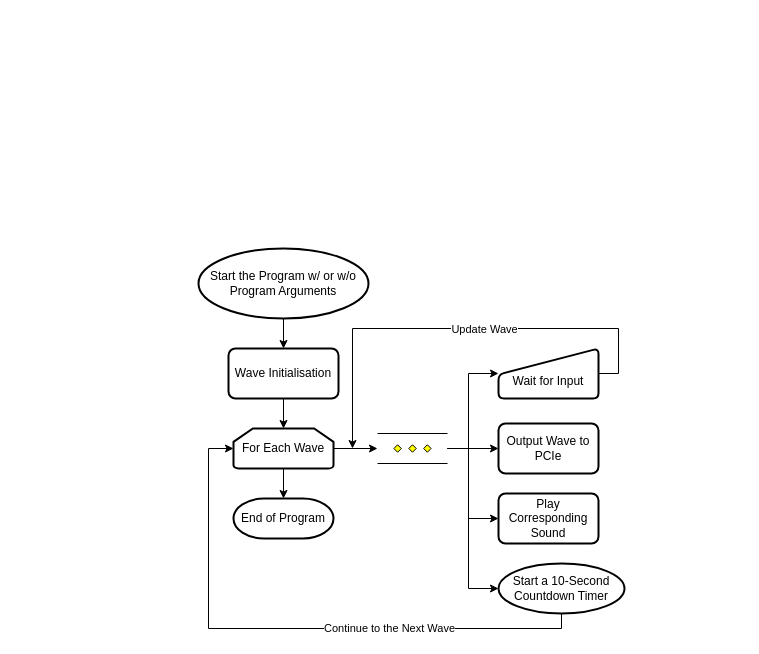
Earlier version of the draw.io diagram ca2/flowcharts/Main Structure.drawio (JinZihang/NTU-MA4830-RealtimeSoftwareForMechatronicSystems). Source tidied: cells renumbered, new cells numbered last; positions are measured from the earlier drawing's top-left corner, leaving out a move shared by most shapes. Both pictures are drawn from the tidied source at 100%, with x=0, y=0 at pixel (198, 248).
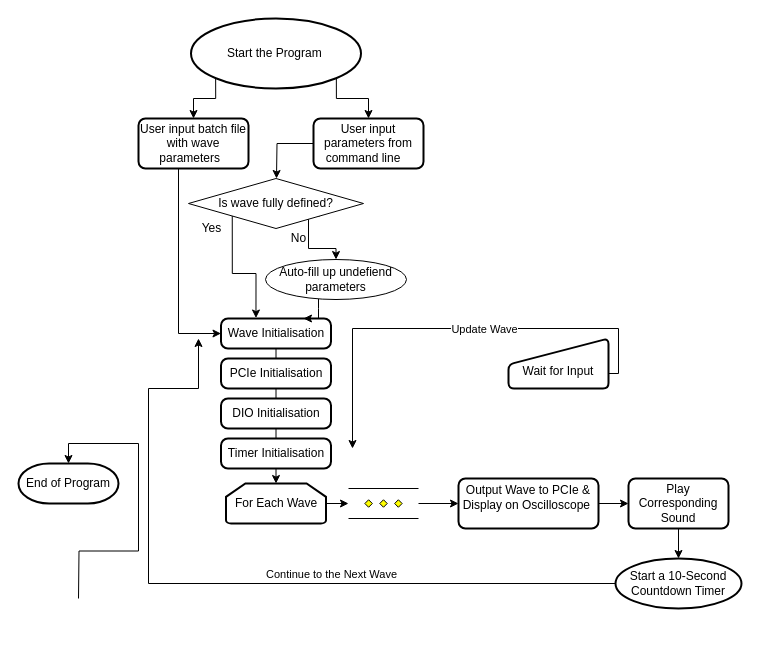
The same diagram, later.

The edit, as a diff of the source:
```diff
@@
-    <mxCell id="2" style="edgeStyle=orthogonalEdgeStyle;rounded=0;jettySize=auto;html=1;exitX=0.5;exitY=1;exitDx=0;exitDy=0;exitPerimeter=0;entryX=0.5;entryY=0;entryDx=0;entryDy=0;" parent="1" edge="1" source="3" target="5">
-      <mxGeometry relative="1" as="geometry" />
-    </mxCell>
+    <mxCell id="23" style="edgeStyle=orthogonalEdgeStyle;rounded=0;jettySize=auto;html=1;exitX=0.855;exitY=0.855;exitDx=0;exitDy=0;exitPerimeter=0;" parent="1" edge="1" source="3" target="28">
+      <mxGeometry relative="1" as="geometry">
+        <Array as="points">
+          <mxPoint x="138" y="-150" />
+          <mxPoint x="170" y="-150" />
+        </Array>
+      </mxGeometry>
+    </mxCell>
+    <mxCell id="24" style="edgeStyle=orthogonalEdgeStyle;rounded=0;jettySize=auto;html=1;exitX=0.145;exitY=0.855;exitDx=0;exitDy=0;exitPerimeter=0;entryX=0.5;entryY=0;entryDx=0;entryDy=0;" parent="1" edge="1" source="3" target="42">
+      <mxGeometry relative="1" as="geometry">
+        <Array as="points">
+          <mxPoint x="17" y="-150" />
+          <mxPoint x="-5" y="-150" />
+        </Array>
+      </mxGeometry>
+    </mxCell>
-    <mxCell id="3" value="Start the Program w/ or w/o Program Arguments" style="strokeWidth=2;html=1;shape=mxgraph.flowchart.start_1;whiteSpace=wrap;" parent="1" vertex="1">
-      <mxGeometry width="170" height="70" as="geometry" />
+    <mxCell id="3" value="Start the Program&amp;nbsp;" style="strokeWidth=2;html=1;shape=mxgraph.flowchart.start_1;whiteSpace=wrap;" parent="1" vertex="1">
+      <mxGeometry x="-7.5" y="-230" width="170" height="70" as="geometry" />
     </mxCell>
-    <mxCell id="4" style="edgeStyle=orthogonalEdgeStyle;rounded=0;jettySize=auto;html=1;exitX=0.5;exitY=1;exitDx=0;exitDy=0;entryX=0.5;entryY=0;entryDx=0;entryDy=0;entryPerimeter=0;" parent="1" edge="1" source="5" target="12">
+    <mxCell id="4" style="edgeStyle=orthogonalEdgeStyle;rounded=0;jettySize=auto;html=1;exitX=0.5;exitY=1;exitDx=0;exitDy=0;entryX=0.5;entryY=0;entryDx=0;entryDy=0;entryPerimeter=0;startArrow=none;" parent="1" edge="1" source="38" target="12">
       <mxGeometry relative="1" as="geometry" />
     </mxCell>
     <mxCell id="5" value="Wave Initialisation" style="rounded=1;whiteSpace=wrap;html=1;absoluteArcSize=1;arcSize=14;strokeWidth=2;" parent="1" vertex="1">
-      <mxGeometry x="30" y="100" width="110" height="50" as="geometry" />
+      <mxGeometry x="22.5" y="70" width="110" height="30" as="geometry" />
     </mxCell>
-    <mxCell id="6" style="edgeStyle=orthogonalEdgeStyle;rounded=0;jettySize=auto;html=1;exitX=0.5;exitY=1;exitDx=0;exitDy=0;exitPerimeter=0;entryX=0.5;entryY=0;entryDx=0;entryDy=0;entryPerimeter=0;" parent="1" edge="1" source="12" target="21">
-      <mxGeometry relative="1" as="geometry" />
+    <mxCell id="6" style="edgeStyle=orthogonalEdgeStyle;rounded=0;jettySize=auto;html=1;entryX=0.5;entryY=0;entryDx=0;entryDy=0;entryPerimeter=0;" parent="1" edge="1" target="21">
+      <mxGeometry relative="1" as="geometry">
+        <mxPoint x="-120" y="350" as="sourcePoint" />
+      </mxGeometry>
     </mxCell>
@@
-    <mxCell id="8" style="edgeStyle=orthogonalEdgeStyle;rounded=0;jettySize=auto;html=1;entryX=0;entryY=0.5;entryDx=0;entryDy=0;entryPerimeter=0;exitX=1;exitY=0.5;exitDx=0;exitDy=0;exitPerimeter=0;" parent="1" edge="1" source="22" target="15">
-      <mxGeometry relative="1" as="geometry">
-        <Array as="points">
-          <mxPoint x="270" y="200" />
-          <mxPoint x="270" y="340" />
-        </Array>
-      </mxGeometry>
-    </mxCell>
-    <mxCell id="9" style="edgeStyle=orthogonalEdgeStyle;rounded=0;jettySize=auto;html=1;entryX=0;entryY=0.5;entryDx=0;entryDy=0;exitX=1;exitY=0.5;exitDx=0;exitDy=0;exitPerimeter=0;" parent="1" edge="1" source="22" target="17">
-      <mxGeometry relative="1" as="geometry">
-        <Array as="points">
-          <mxPoint x="270" y="200" />
-          <mxPoint x="270" y="270" />
-        </Array>
-      </mxGeometry>
-    </mxCell>
-    <mxCell id="10" style="edgeStyle=orthogonalEdgeStyle;rounded=0;jettySize=auto;html=1;entryX=0;entryY=0.5;entryDx=0;entryDy=0;exitX=1;exitY=0.5;exitDx=0;exitDy=0;exitPerimeter=0;" parent="1" edge="1" source="22" target="20">
-      <mxGeometry relative="1" as="geometry">
-        <Array as="points">
-          <mxPoint x="270" y="200" />
-          <mxPoint x="270" y="125" />
-        </Array>
-      </mxGeometry>
-    </mxCell>
-    <mxCell id="11" style="edgeStyle=orthogonalEdgeStyle;rounded=0;jettySize=auto;html=1;exitX=1;exitY=0.5;exitDx=0;exitDy=0;exitPerimeter=0;entryX=0;entryY=0.5;entryDx=0;entryDy=0;entryPerimeter=0;" parent="1" edge="1" source="12" target="22">
+    <mxCell id="11" style="edgeStyle=orthogonalEdgeStyle;rounded=0;jettySize=auto;html=1;" parent="1" edge="1" source="12" target="22">
       <mxGeometry relative="1" as="geometry" />
     </mxCell>
     <mxCell id="12" value="For Each Wave" style="strokeWidth=2;html=1;shape=mxgraph.flowchart.loop_limit;whiteSpace=wrap;" parent="1" vertex="1">
-      <mxGeometry x="35" y="180" width="100" height="40" as="geometry" />
+      <mxGeometry x="27.5" y="235" width="100" height="40" as="geometry" />
     </mxCell>
-    <mxCell id="13" style="edgeStyle=orthogonalEdgeStyle;rounded=0;jettySize=auto;html=1;exitX=0.5;exitY=1;exitDx=0;exitDy=0;exitPerimeter=0;entryX=0;entryY=0.5;entryDx=0;entryDy=0;entryPerimeter=0;" parent="1" edge="1" source="15" target="12">
+    <mxCell id="13" style="edgeStyle=orthogonalEdgeStyle;rounded=0;jettySize=auto;html=1;exitX=0;exitY=0.5;exitDx=0;exitDy=0;exitPerimeter=0;" parent="1" edge="1" source="15">
       <mxGeometry relative="1" as="geometry">
+        <mxPoint y="90" as="targetPoint" />
         <Array as="points">
-          <mxPoint x="363" y="380" />
-          <mxPoint x="10" y="380" />
-          <mxPoint x="10" y="200" />
+          <mxPoint x="-50" y="335" />
+          <mxPoint x="-50" y="140" />
+          <mxPoint y="140" />
         </Array>
       </mxGeometry>
     </mxCell>
     <mxCell id="14" value="Continue to the Next Wave" style="edgeLabel;html=1;align=center;verticalAlign=middle;" parent="13" vertex="1">
       <mxGeometry x="-0.3" y="-1" relative="1" as="geometry">
-        <mxPoint x="13" as="offset" />
+        <mxPoint x="-18" y="-9" as="offset" />
       </mxGeometry>
     </mxCell>
     <mxCell id="15" value="Start a 10-Second&lt;br&gt;Countdown Timer" style="strokeWidth=2;html=1;shape=mxgraph.flowchart.start_1;whiteSpace=wrap;" parent="1" vertex="1">
-      <mxGeometry x="300" y="315" width="126" height="50" as="geometry" />
+      <mxGeometry x="417" y="310" width="126" height="50" as="geometry" />
     </mxCell>
+    <mxCell id="25" style="edgeStyle=orthogonalEdgeStyle;rounded=0;jettySize=auto;html=1;" parent="1" edge="1" source="16" target="17">
+      <mxGeometry relative="1" as="geometry" />
+    </mxCell>
-    <mxCell id="16" value="Output Wave to PCIe" style="rounded=1;whiteSpace=wrap;html=1;absoluteArcSize=1;arcSize=14;strokeWidth=2;" parent="1" vertex="1">
-      <mxGeometry x="300" y="175" width="100" height="50" as="geometry" />
+    <mxCell id="16" value="Output Wave to PCIe &amp;amp; &lt;br&gt;Display on Oscilloscope&amp;nbsp;&lt;p class=&quot;MsoToc3&quot;&gt;&lt;/p&gt;" style="rounded=1;whiteSpace=wrap;html=1;absoluteArcSize=1;arcSize=14;strokeWidth=2;" parent="1" vertex="1">
+      <mxGeometry x="260" y="230" width="140" height="50" as="geometry" />
     </mxCell>
+    <mxCell id="26" style="edgeStyle=orthogonalEdgeStyle;rounded=0;jettySize=auto;html=1;" parent="1" edge="1" source="17" target="15">
+      <mxGeometry relative="1" as="geometry" />
+    </mxCell>
     <mxCell id="17" value="Play Corresponding Sound" style="rounded=1;whiteSpace=wrap;html=1;absoluteArcSize=1;arcSize=14;strokeWidth=2;" parent="1" vertex="1">
-      <mxGeometry x="300" y="245" width="100" height="50" as="geometry" />
+      <mxGeometry x="430" y="230" width="100" height="50" as="geometry" />
     </mxCell>
@@
     <mxCell id="20" value="&lt;br&gt;Wait for Input" style="html=1;strokeWidth=2;shape=manualInput;whiteSpace=wrap;rounded=1;size=26;arcSize=11;" parent="1" vertex="1">
-      <mxGeometry x="300" y="100" width="100" height="50" as="geometry" />
+      <mxGeometry x="310" y="90" width="100" height="50" as="geometry" />
     </mxCell>
     <mxCell id="21" value="End of Program" style="strokeWidth=2;html=1;shape=mxgraph.flowchart.terminator;whiteSpace=wrap;" parent="1" vertex="1">
-      <mxGeometry x="35" y="250" width="100" height="40" as="geometry" />
+      <mxGeometry x="-180" y="215" width="100" height="40" as="geometry" />
     </mxCell>
     <mxCell id="22" style="verticalLabelPosition=bottom;verticalAlign=top;html=1;shape=mxgraph.flowchart.parallel_mode;" parent="1" vertex="1">
-      <mxGeometry x="179" y="185" width="70" height="30" as="geometry" />
+      <mxGeometry x="150" y="240" width="70" height="30" as="geometry" />
     </mxCell>
+    <mxCell id="27" style="edgeStyle=orthogonalEdgeStyle;rounded=0;jettySize=auto;html=1;" parent="1" edge="1" source="28">
+      <mxGeometry relative="1" as="geometry">
+        <mxPoint x="78" y="-70" as="targetPoint" />
+      </mxGeometry>
+    </mxCell>
+    <mxCell id="28" value="User input parameters from command line&amp;nbsp; &amp;nbsp;" style="rounded=1;whiteSpace=wrap;html=1;absoluteArcSize=1;arcSize=14;strokeWidth=2;" parent="1" vertex="1">
+      <mxGeometry x="115" y="-130" width="110" height="50" as="geometry" />
+    </mxCell>
+    <mxCell id="29" style="edgeStyle=orthogonalEdgeStyle;rounded=0;jettySize=auto;html=1;exitX=0;exitY=1;exitDx=0;exitDy=0;entryX=0.318;entryY=-0.016;entryDx=0;entryDy=0;entryPerimeter=0;" parent="1" edge="1" source="31" target="5">
+      <mxGeometry relative="1" as="geometry" />
+    </mxCell>
+    <mxCell id="30" style="edgeStyle=orthogonalEdgeStyle;rounded=0;jettySize=auto;html=1;exitX=1;exitY=1;exitDx=0;exitDy=0;entryX=0.5;entryY=0;entryDx=0;entryDy=0;" parent="1" edge="1" source="31" target="35">
+      <mxGeometry relative="1" as="geometry">
+        <Array as="points">
+          <mxPoint x="110" y="-32" />
+          <mxPoint x="110" />
+        </Array>
+      </mxGeometry>
+    </mxCell>
+    <mxCell id="31" value="Is wave fully defined?" style="rhombus;whiteSpace=wrap;html=1;" parent="1" vertex="1">
+      <mxGeometry x="-10" y="-70" width="175" height="50" as="geometry" />
+    </mxCell>
+    <mxCell id="32" value="Yes" style="text;html=1;align=center;verticalAlign=middle;strokeColor=none;fillColor=none;" parent="1" vertex="1">
+      <mxGeometry x="-7.5" y="-30" width="40" height="20" as="geometry" />
+    </mxCell>
+    <mxCell id="33" value="No" style="text;html=1;align=center;verticalAlign=middle;strokeColor=none;fillColor=none;" parent="1" vertex="1">
+      <mxGeometry x="85" y="-20" width="30" height="20" as="geometry" />
+    </mxCell>
+    <mxCell id="34" style="edgeStyle=orthogonalEdgeStyle;rounded=0;jettySize=auto;html=1;entryX=0.75;entryY=0;entryDx=0;entryDy=0;" parent="1" edge="1" source="35" target="5">
+      <mxGeometry relative="1" as="geometry">
+        <Array as="points">
+          <mxPoint x="120" y="60" />
+          <mxPoint x="120" y="60" />
+        </Array>
+      </mxGeometry>
+    </mxCell>
+    <mxCell id="35" value="Auto-fill up undefiend parameters" style="ellipse;whiteSpace=wrap;html=1;" parent="1" vertex="1">
+      <mxGeometry x="67" y="11" width="141" height="40" as="geometry" />
+    </mxCell>
+    <mxCell id="36" value="PCIe Initialisation" style="rounded=1;whiteSpace=wrap;html=1;absoluteArcSize=1;arcSize=14;strokeWidth=2;" parent="1" vertex="1">
+      <mxGeometry x="22.5" y="110" width="110" height="30" as="geometry" />
+    </mxCell>
+    <mxCell id="37" style="edgeStyle=orthogonalEdgeStyle;rounded=0;jettySize=auto;html=1;exitX=0.5;exitY=1;exitDx=0;exitDy=0;entryX=0.5;entryY=0;entryDx=0;entryDy=0;entryPerimeter=0;endArrow=none;" parent="1" edge="1" source="5" target="36">
+      <mxGeometry relative="1" as="geometry" />
+    </mxCell>
+    <mxCell id="38" value="DIO Initialisation" style="rounded=1;whiteSpace=wrap;html=1;absoluteArcSize=1;arcSize=14;strokeWidth=2;" parent="1" vertex="1">
+      <mxGeometry x="22.5" y="150" width="110" height="30" as="geometry" />
+    </mxCell>
+    <mxCell id="39" style="edgeStyle=orthogonalEdgeStyle;rounded=0;jettySize=auto;html=1;exitX=0.5;exitY=1;exitDx=0;exitDy=0;entryX=0.5;entryY=0;entryDx=0;entryDy=0;entryPerimeter=0;startArrow=none;endArrow=none;" parent="1" edge="1" source="36" target="38">
+      <mxGeometry relative="1" as="geometry" />
+    </mxCell>
+    <mxCell id="40" value="Timer Initialisation" style="rounded=1;whiteSpace=wrap;html=1;absoluteArcSize=1;arcSize=14;strokeWidth=2;" parent="1" vertex="1">
+      <mxGeometry x="22.5" y="190" width="110" height="30" as="geometry" />
+    </mxCell>
+    <mxCell id="41" style="edgeStyle=orthogonalEdgeStyle;rounded=0;jettySize=auto;html=1;exitX=0.25;exitY=1;exitDx=0;exitDy=0;entryX=0;entryY=0.5;entryDx=0;entryDy=0;" parent="1" edge="1" source="42" target="5">
+      <mxGeometry relative="1" as="geometry">
+        <Array as="points">
+          <mxPoint x="-20" y="-80" />
+          <mxPoint x="-20" y="85" />
+        </Array>
+      </mxGeometry>
+    </mxCell>
+    <mxCell id="42" value="User input batch file with wave parameters&amp;nbsp;&amp;nbsp;" style="rounded=1;whiteSpace=wrap;html=1;absoluteArcSize=1;arcSize=14;strokeWidth=2;" parent="1" vertex="1">
+      <mxGeometry x="-60" y="-130" width="110" height="50" as="geometry" />
+    </mxCell>
```
